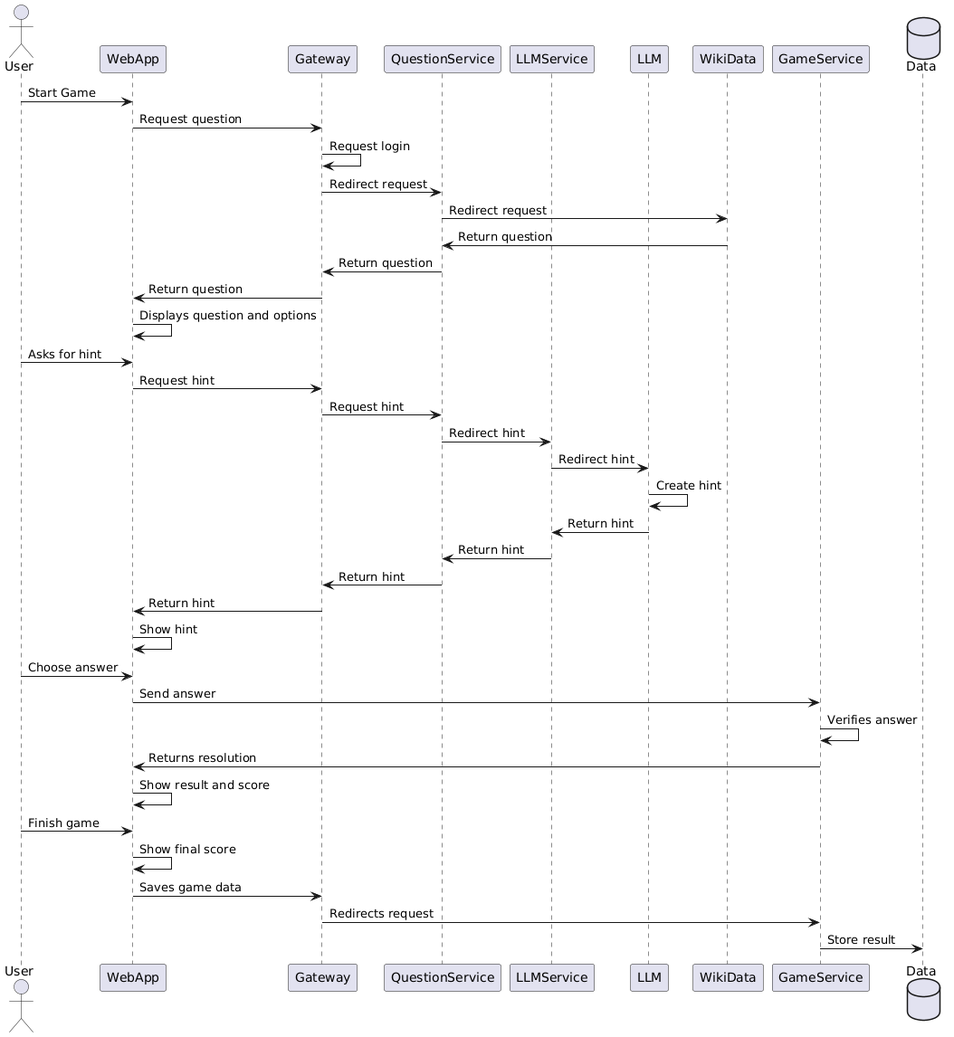
Above: docs/images/06_Game.png in Arquisoft/wichat_en1c (PlantUML), before the change. Source of this version:
```plantuml
@startuml
actor User
participant WebApp
participant Gateway
participant QuestionService
participant LLMService
participant LLM
participant WikiData
participant GameService
database DB as "Data"
User -> WebApp: Start Game
WebApp -> Gateway: Request question
Gateway -> Gateway: Request login
Gateway -> QuestionService: Redirect request
QuestionService -> WikiData: Redirect request
WikiData -> QuestionService: Return question
QuestionService -> Gateway: Return question
Gateway -> WebApp: Return question
WebApp -> WebApp: Displays question and options
User -> WebApp: Asks for hint
WebApp -> Gateway: Request hint
Gateway -> QuestionService: Request hint
QuestionService -> LLMService: Redirect hint
LLMService -> LLM: Redirect hint
LLM -> LLM: Create hint
LLM -> LLMService: Return hint
LLMService -> QuestionService: Return hint
QuestionService -> Gateway: Return hint
Gateway -> WebApp: Return hint
WebApp -> WebApp: Show hint
User -> WebApp: Choose answer
WebApp -> GameService: Send answer
GameService -> GameService: Verifies answer
GameService -> WebApp: Returns resolution
WebApp -> WebApp: Show result and score
User -> WebApp: Finish game
WebApp -> WebApp: Show final score
WebApp -> Gateway: Saves game data
Gateway -> GameService: Redirects request
GameService -> DB: Store result
@enduml
```
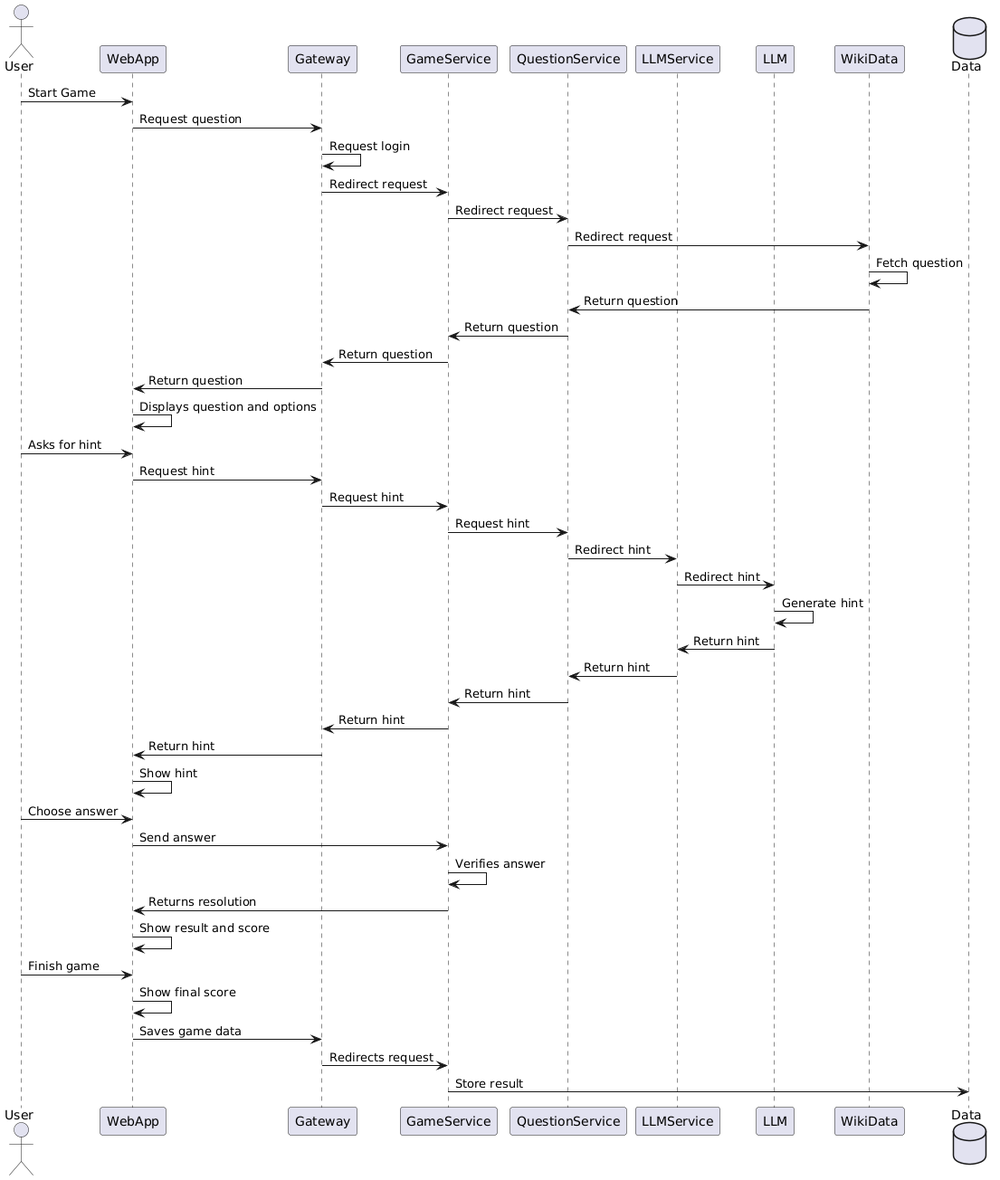
After the change.

What changed in the source:
```diff
@@ -2,30 +2,35 @@
 actor User
 participant WebApp
 participant Gateway
+participant GameService
 participant QuestionService
 participant LLMService
 participant LLM
 participant WikiData
-participant GameService
 database DB as "Data"
 User -> WebApp: Start Game
 WebApp -> Gateway: Request question
 Gateway -> Gateway: Request login
-Gateway -> QuestionService: Redirect request
+Gateway -> GameService: Redirect request
+GameService -> QuestionService: Redirect request
 QuestionService -> WikiData: Redirect request
+WikiData -> WikiData: Fetch question
 WikiData -> QuestionService: Return question
-QuestionService -> Gateway: Return question
+QuestionService -> GameService: Return question
+GameService -> Gateway: Return question
 Gateway -> WebApp: Return question
 WebApp -> WebApp: Displays question and options
 User -> WebApp: Asks for hint
 WebApp -> Gateway: Request hint
-Gateway -> QuestionService: Request hint
+Gateway -> GameService: Request hint
+GameService -> QuestionService:Request hint
 QuestionService -> LLMService: Redirect hint
 LLMService -> LLM: Redirect hint
-LLM -> LLM: Create hint
+LLM -> LLM: Generate hint
 LLM -> LLMService: Return hint
 LLMService -> QuestionService: Return hint
-QuestionService -> Gateway: Return hint
+QuestionService -> GameService: Return hint
+GameService -> Gateway: Return hint
 Gateway -> WebApp: Return hint
 WebApp -> WebApp: Show hint
 User -> WebApp: Choose answer
```
